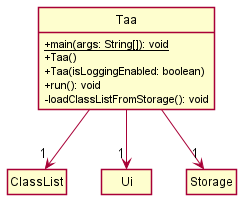
Before: docs/diagrams/class/TaaClassDiagram.png, a diagram exported from PlantUML (nus-cs2113-AY2122S1/tp).
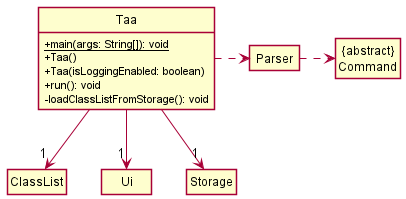
After the change.

Commit message:
Update TaaClassDiagram and CommandClassDiagram

Change to the diagram source:
```diff
@@ -12,9 +12,13 @@
 class ClassList
 class Ui
 class Storage
+class Parser
+class Command as "{abstract}\nCommand"
 
 Taa -down-> "1" ClassList
 Taa -down-> "1" Ui
 Taa -down-> "1" Storage
+Taa .right.> Parser
+Parser .right.> Command
 
 @enduml
```
